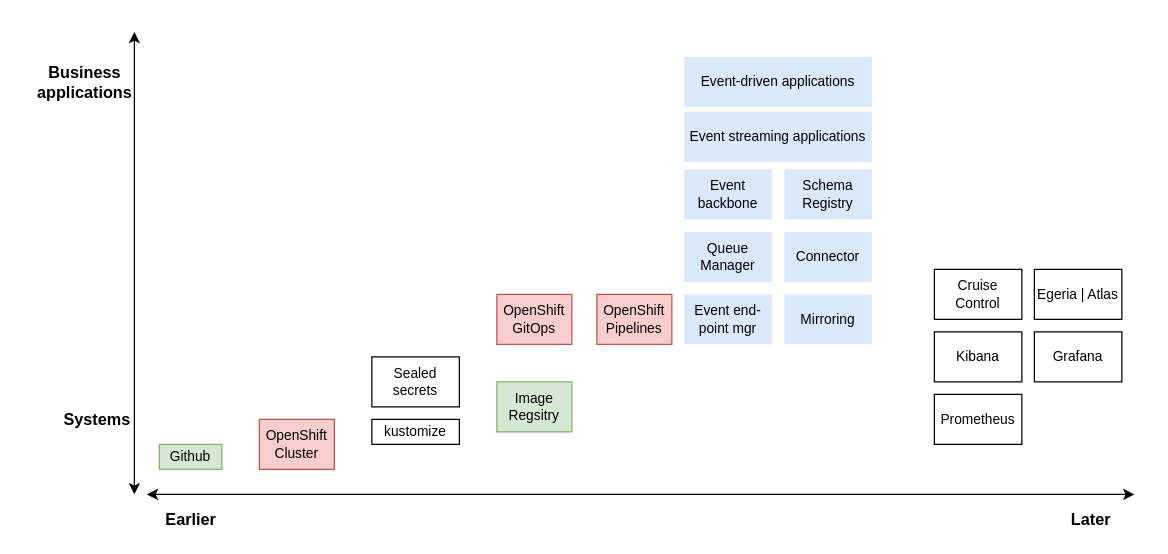
Above: docs/diagrams/components.drawio in ibm-cloud-architecture/dba-gitops-catalog (draw.io), before the change. Source tidied: cells renumbered, new cells numbered last; positions are measured from the earlier drawing's top-left corner, leaving out a move shared by most shapes. Both pictures are drawn from the tidied source at 125%, with x=0, y=0 at pixel (21, 31).
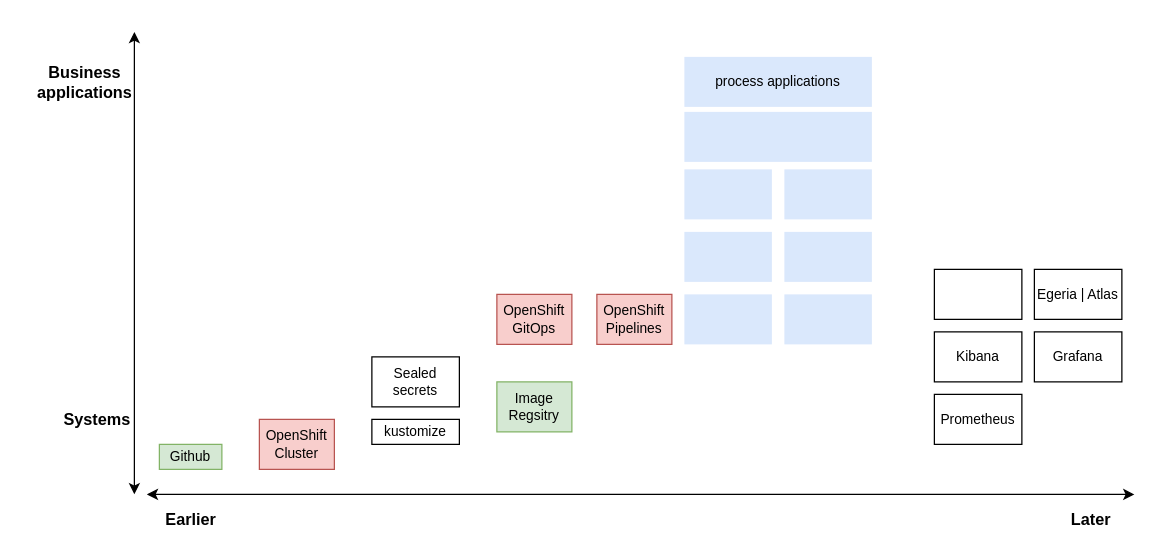
The same page after the edit.

Diff of the diagram source:
```diff
@@
-    <mxCell id="13" value="Event-driven applications" style="rounded=0;whiteSpace=wrap;html=1;fontSize=11;fillColor=#dae8fc;strokeColor=none;" parent="1" vertex="1">
+    <mxCell id="13" value="process applications" style="rounded=0;whiteSpace=wrap;html=1;fontSize=11;fillColor=#dae8fc;strokeColor=none;" parent="1" vertex="1">
       <mxGeometry x="530" y="20" width="150" height="40" as="geometry" />
     </mxCell>
-    <mxCell id="14" value="Event backbone" style="rounded=0;whiteSpace=wrap;html=1;fontSize=11;fillColor=#dae8fc;strokeColor=none;" parent="1" vertex="1">
+    <mxCell id="14" style="rounded=0;whiteSpace=wrap;html=1;fontSize=11;fillColor=#dae8fc;strokeColor=none;" parent="1" vertex="1">
       <mxGeometry x="530" y="110" width="70" height="40" as="geometry" />
     </mxCell>
-    <mxCell id="15" value="Queue Manager" style="rounded=0;whiteSpace=wrap;html=1;fontSize=11;fillColor=#dae8fc;strokeColor=none;" parent="1" vertex="1">
+    <mxCell id="15" style="rounded=0;whiteSpace=wrap;html=1;fontSize=11;fillColor=#dae8fc;strokeColor=none;" parent="1" vertex="1">
       <mxGeometry x="530" y="160" width="70" height="40" as="geometry" />
     </mxCell>
-    <mxCell id="16" value="Event end-point mgr" style="rounded=0;whiteSpace=wrap;html=1;fontSize=11;fillColor=#dae8fc;strokeColor=none;" parent="1" vertex="1">
+    <mxCell id="16" style="rounded=0;whiteSpace=wrap;html=1;fontSize=11;fillColor=#dae8fc;strokeColor=none;" parent="1" vertex="1">
       <mxGeometry x="530" y="210" width="70" height="40" as="geometry" />
     </mxCell>
-    <mxCell id="17" value="Schema Registry" style="rounded=0;whiteSpace=wrap;html=1;fontSize=11;fillColor=#dae8fc;strokeColor=none;" parent="1" vertex="1">
+    <mxCell id="17" style="rounded=0;whiteSpace=wrap;html=1;fontSize=11;fillColor=#dae8fc;strokeColor=none;" parent="1" vertex="1">
       <mxGeometry x="610" y="110" width="70" height="40" as="geometry" />
     </mxCell>
-    <mxCell id="18" value="Connector" style="rounded=0;whiteSpace=wrap;html=1;fontSize=11;fillColor=#dae8fc;strokeColor=none;" parent="1" vertex="1">
+    <mxCell id="18" style="rounded=0;whiteSpace=wrap;html=1;fontSize=11;fillColor=#dae8fc;strokeColor=none;" parent="1" vertex="1">
       <mxGeometry x="610" y="160" width="70" height="40" as="geometry" />
     </mxCell>
@@
-    <mxCell id="24" value="Mirroring" style="rounded=0;whiteSpace=wrap;html=1;fontSize=11;fillColor=#dae8fc;strokeColor=none;" parent="1" vertex="1">
+    <mxCell id="24" style="rounded=0;whiteSpace=wrap;html=1;fontSize=11;fillColor=#dae8fc;strokeColor=none;" parent="1" vertex="1">
       <mxGeometry x="610" y="210" width="70" height="40" as="geometry" />
     </mxCell>
-    <mxCell id="25" value="Cruise Control" style="rounded=0;whiteSpace=wrap;html=1;fontSize=11;" parent="1" vertex="1">
+    <mxCell id="25" style="rounded=0;whiteSpace=wrap;html=1;fontSize=11;" parent="1" vertex="1">
       <mxGeometry x="730" y="190" width="70" height="40" as="geometry" />
     </mxCell>
@@
-    <mxCell id="27" value="Event streaming applications" style="rounded=0;whiteSpace=wrap;html=1;fontSize=11;fillColor=#dae8fc;strokeColor=none;" parent="1" vertex="1">
+    <mxCell id="27" style="rounded=0;whiteSpace=wrap;html=1;fontSize=11;fillColor=#dae8fc;strokeColor=none;" parent="1" vertex="1">
       <mxGeometry x="530" y="64" width="150" height="40" as="geometry" />
     </mxCell>
```
